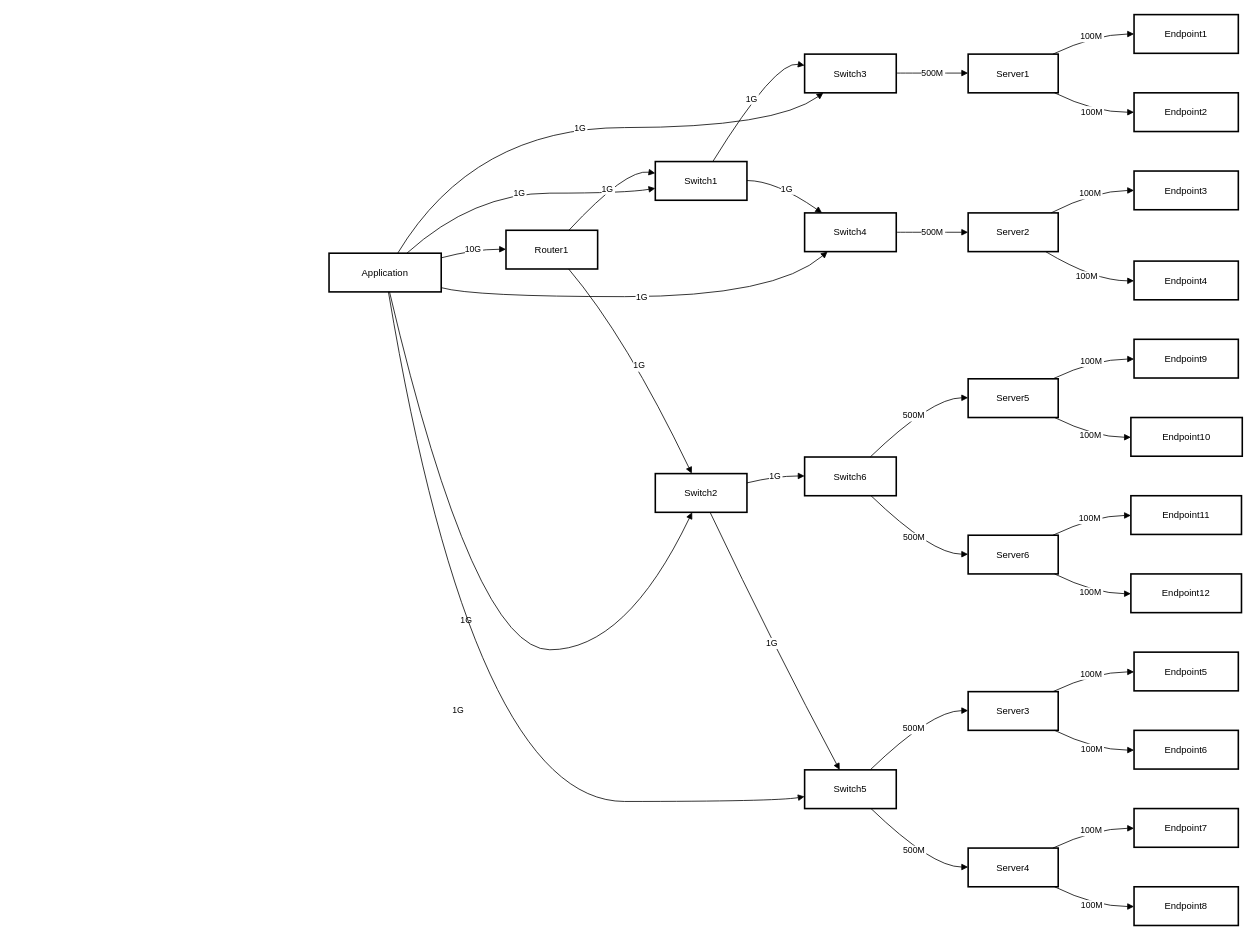
Earlier version of the draw.io diagram Unbenanntes Diagramm.drawio (EazyAutodelete/typology). Source tidied: cells renumbered, new cells numbered last; positions are measured from the earlier drawing's top-left corner, leaving out a move shared by most shapes. Both pictures are drawn from the tidied source at 79%, with x=0, y=0 at pixel (329, 14).
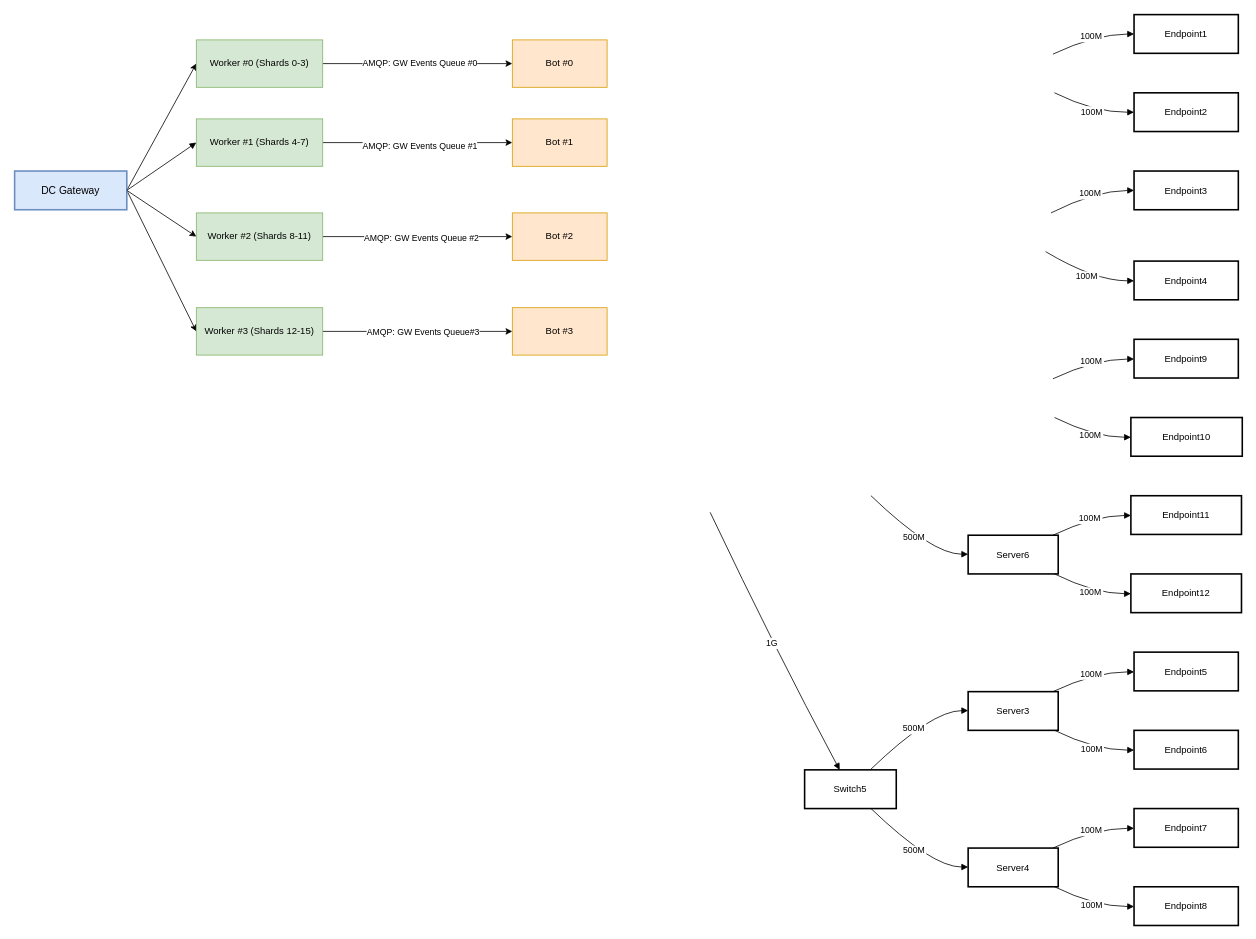
The same page after the edit.

The change refers to these unchanged cells:
```xml
<mxCell id="8" value="Switch5" style="whiteSpace=wrap;strokeWidth=2;" parent="1" vertex="1">
  <mxGeometry x="602" y="956" width="116" height="49" as="geometry" />
</mxCell>
<mxCell id="15" value="Server6" style="whiteSpace=wrap;strokeWidth=2;" parent="1" vertex="1">
  <mxGeometry x="809" y="659" width="114" height="49" as="geometry" />
</mxCell>
<mxCell id="16" value="Endpoint1" style="whiteSpace=wrap;strokeWidth=2;" parent="1" vertex="1">
  <mxGeometry x="1019" width="132" height="49" as="geometry" />
</mxCell>
<mxCell id="17" value="Endpoint2" style="whiteSpace=wrap;strokeWidth=2;" parent="1" vertex="1">
  <mxGeometry x="1019" y="99" width="132" height="49" as="geometry" />
</mxCell>
<mxCell id="18" value="Endpoint3" style="whiteSpace=wrap;strokeWidth=2;" parent="1" vertex="1">
  <mxGeometry x="1019" y="198" width="132" height="49" as="geometry" />
</mxCell>
<mxCell id="19" value="Endpoint4" style="whiteSpace=wrap;strokeWidth=2;" parent="1" vertex="1">
  <mxGeometry x="1019" y="312" width="132" height="49" as="geometry" />
</mxCell>
<mxCell id="24" value="Endpoint9" style="whiteSpace=wrap;strokeWidth=2;" parent="1" vertex="1">
  <mxGeometry x="1019" y="411" width="132" height="49" as="geometry" />
</mxCell>
<mxCell id="25" value="Endpoint10" style="whiteSpace=wrap;strokeWidth=2;" parent="1" vertex="1">
  <mxGeometry x="1015" y="510" width="141" height="49" as="geometry" />
</mxCell>
```

Diff of the diagram source:
```diff
@@
+    <mxCell id="58" style="rounded=0;jettySize=auto;html=1;strokeColor=default;entryX=0;entryY=0.5;entryDx=0;entryDy=0;exitX=1;exitY=0.5;exitDx=0;exitDy=0;" parent="1" edge="1" source="2" target="63">
+      <mxGeometry relative="1" as="geometry" />
+    </mxCell>
+    <mxCell id="59" style="rounded=0;jettySize=auto;html=1;entryX=0;entryY=0.5;entryDx=0;entryDy=0;exitX=1;exitY=0.5;exitDx=0;exitDy=0;" parent="1" edge="1" source="2" target="66">
+      <mxGeometry relative="1" as="geometry" />
+    </mxCell>
+    <mxCell id="60" style="rounded=0;jettySize=auto;html=1;entryX=0;entryY=0.5;entryDx=0;entryDy=0;exitX=1;exitY=0.5;exitDx=0;exitDy=0;" parent="1" edge="1" source="2" target="69">
+      <mxGeometry relative="1" as="geometry" />
+    </mxCell>
-    <mxCell id="2" value="Application" style="whiteSpace=wrap;strokeWidth=2;" parent="1" vertex="1">
-      <mxGeometry y="302" width="142" height="49" as="geometry" />
+    <mxCell id="2" value="DC Gateway" style="whiteSpace=wrap;strokeWidth=2;labelBackgroundColor=none;labelBorderColor=none;horizontal=1;fontSize=13;fillColor=#dae8fc;strokeColor=#6c8ebf;" parent="1" vertex="1">
+      <mxGeometry x="-398" y="198" width="142" height="49" as="geometry" />
     </mxCell>
-    <mxCell id="3" value="Router1" style="whiteSpace=wrap;strokeWidth=2;" parent="1" vertex="1">
-      <mxGeometry x="224" y="273" width="116" height="49" as="geometry" />
-    </mxCell>
-    <mxCell id="4" value="Switch1" style="whiteSpace=wrap;strokeWidth=2;" parent="1" vertex="1">
-      <mxGeometry x="413" y="186" width="116" height="49" as="geometry" />
-    </mxCell>
-    <mxCell id="5" value="Switch2" style="whiteSpace=wrap;strokeWidth=2;" parent="1" vertex="1">
-      <mxGeometry x="413" y="581" width="116" height="49" as="geometry" />
-    </mxCell>
-    <mxCell id="6" value="Switch3" style="whiteSpace=wrap;strokeWidth=2;" parent="1" vertex="1">
-      <mxGeometry x="602" y="50" width="116" height="49" as="geometry" />
-    </mxCell>
-    <mxCell id="7" value="Switch4" style="whiteSpace=wrap;strokeWidth=2;" parent="1" vertex="1">
-      <mxGeometry x="602" y="251" width="116" height="49" as="geometry" />
-    </mxCell>
@@
-    <mxCell id="9" value="Switch6" style="whiteSpace=wrap;strokeWidth=2;" parent="1" vertex="1">
-      <mxGeometry x="602" y="560" width="116" height="49" as="geometry" />
-    </mxCell>
-    <mxCell id="10" value="Server1" style="whiteSpace=wrap;strokeWidth=2;" parent="1" vertex="1">
-      <mxGeometry x="809" y="50" width="114" height="49" as="geometry" />
-    </mxCell>
-    <mxCell id="11" value="Server2" style="whiteSpace=wrap;strokeWidth=2;" parent="1" vertex="1">
-      <mxGeometry x="809" y="251" width="114" height="49" as="geometry" />
-    </mxCell>
@@
-    <mxCell id="14" value="Server5" style="whiteSpace=wrap;strokeWidth=2;" parent="1" vertex="1">
-      <mxGeometry x="809" y="461" width="114" height="49" as="geometry" />
-    </mxCell>
@@
-    <mxCell id="28" value="10G" style="curved=1;startArrow=none;endArrow=block;exitX=1;exitY=0.12;entryX=0;entryY=0.49;" parent="1" edge="1" source="2" target="3">
-      <mxGeometry relative="1" as="geometry">
-        <Array as="points">
-          <mxPoint x="183" y="297" />
-        </Array>
-      </mxGeometry>
-    </mxCell>
-    <mxCell id="29" value="1G" style="curved=1;startArrow=none;endArrow=block;exitX=0.69;exitY=0.01;entryX=0;entryY=0.69;" parent="1" edge="1" source="2" target="4">
-      <mxGeometry relative="1" as="geometry">
-        <Array as="points">
-          <mxPoint x="183" y="226" />
-          <mxPoint x="376" y="226" />
-        </Array>
-      </mxGeometry>
-    </mxCell>
-    <mxCell id="30" value="1G" style="curved=1;startArrow=none;endArrow=block;exitX=0.54;exitY=1.01;entryX=0.4;entryY=1.01;" parent="1" edge="1" source="2" target="5">
-      <mxGeometry relative="1" as="geometry">
-        <Array as="points">
-          <mxPoint x="183" y="804" />
-          <mxPoint x="376" y="804" />
-        </Array>
-      </mxGeometry>
-    </mxCell>
-    <mxCell id="31" value="1G" style="curved=1;startArrow=none;endArrow=block;exitX=0.61;exitY=0.01;entryX=0.21;entryY=0.99;" parent="1" edge="1" source="2" target="6">
-      <mxGeometry relative="1" as="geometry">
-        <Array as="points">
-          <mxPoint x="183" y="143" />
-          <mxPoint x="565" y="143" />
-        </Array>
-      </mxGeometry>
-    </mxCell>
-    <mxCell id="32" value="1G" style="curved=1;startArrow=none;endArrow=block;exitX=1;exitY=0.89;entryX=0.25;entryY=1;" parent="1" edge="1" source="2" target="7">
-      <mxGeometry relative="1" as="geometry">
-        <Array as="points">
-          <mxPoint x="183" y="357" />
-          <mxPoint x="565" y="357" />
-        </Array>
-      </mxGeometry>
-    </mxCell>
-    <mxCell id="33" value="1G" style="curved=1;startArrow=none;endArrow=block;exitX=0.53;exitY=1.01;entryX=0;entryY=0.69;" parent="1" edge="1" source="2" target="8">
-      <mxGeometry relative="1" as="geometry">
-        <Array as="points">
-          <mxPoint x="183" y="996" />
-          <mxPoint x="565" y="996" />
-        </Array>
-      </mxGeometry>
-    </mxCell>
-    <mxCell id="34" value="1G" style="curved=1;startArrow=none;endArrow=block;exitX=0.69;exitY=-0.01;entryX=0;entryY=0.3;" parent="1" edge="1" source="3" target="4">
-      <mxGeometry relative="1" as="geometry">
-        <Array as="points">
-          <mxPoint x="376" y="195" />
-        </Array>
-      </mxGeometry>
-    </mxCell>
-    <mxCell id="35" value="1G" style="curved=1;startArrow=none;endArrow=block;exitX=0.68;exitY=0.99;entryX=0.4;entryY=0.01;" parent="1" edge="1" source="3" target="5">
-      <mxGeometry relative="1" as="geometry">
-        <Array as="points">
-          <mxPoint x="376" y="408" />
-        </Array>
-      </mxGeometry>
-    </mxCell>
-    <mxCell id="36" value="1G" style="curved=1;startArrow=none;endArrow=block;exitX=0.63;exitY=-0.01;entryX=0;entryY=0.29;" parent="1" edge="1" source="4" target="6">
-      <mxGeometry relative="1" as="geometry">
-        <Array as="points">
-          <mxPoint x="565" y="58" />
-        </Array>
-      </mxGeometry>
-    </mxCell>
-    <mxCell id="37" value="1G" style="curved=1;startArrow=none;endArrow=block;exitX=1;exitY=0.49;entryX=0.19;entryY=0;" parent="1" edge="1" source="4" target="7">
-      <mxGeometry relative="1" as="geometry">
-        <Array as="points">
-          <mxPoint x="565" y="210" />
-        </Array>
-      </mxGeometry>
-    </mxCell>
-    <mxCell id="38" value="1G" style="curved=1;startArrow=none;endArrow=block;exitX=0.6;exitY=1.01;entryX=0.38;entryY=-0.01;" parent="1" edge="1" source="5" target="8">
+    <mxCell id="38" value="1G" style="curved=1;startArrow=none;endArrow=block;exitX=0.6;exitY=1.01;entryX=0.38;entryY=-0.01;" parent="1" edge="1" target="8">
       <mxGeometry relative="1" as="geometry">
+        <mxPoint x="482.4" y="630" as="sourcePoint" />
         <Array as="points">
           <mxPoint x="565" y="804" />
         </Array>
       </mxGeometry>
     </mxCell>
-    <mxCell id="39" value="1G" style="curved=1;startArrow=none;endArrow=block;exitX=1;exitY=0.24;entryX=0;entryY=0.49;" parent="1" edge="1" source="5" target="9">
-      <mxGeometry relative="1" as="geometry">
-        <Array as="points">
-          <mxPoint x="565" y="584" />
-        </Array>
-      </mxGeometry>
-    </mxCell>
-    <mxCell id="40" value="500M" style="curved=1;startArrow=none;endArrow=block;exitX=1;exitY=0.49;entryX=0;entryY=0.49;" parent="1" edge="1" source="6" target="10">
-      <mxGeometry relative="1" as="geometry" />
-    </mxCell>
-    <mxCell id="41" value="500M" style="curved=1;startArrow=none;endArrow=block;exitX=1;exitY=0.5;entryX=0;entryY=0.5;" parent="1" edge="1" source="7" target="11">
-      <mxGeometry relative="1" as="geometry" />
-    </mxCell>
@@
-    <mxCell id="44" value="500M" style="curved=1;startArrow=none;endArrow=block;exitX=0.72;exitY=-0.01;entryX=0;entryY=0.49;" parent="1" edge="1" source="9" target="14">
-      <mxGeometry relative="1" as="geometry">
-        <Array as="points">
-          <mxPoint x="763" y="485" />
-        </Array>
-      </mxGeometry>
-    </mxCell>
-    <mxCell id="45" value="500M" style="curved=1;startArrow=none;endArrow=block;exitX=0.72;exitY=0.99;entryX=0;entryY=0.49;" parent="1" edge="1" source="9" target="15">
+    <mxCell id="45" value="500M" style="curved=1;startArrow=none;endArrow=block;exitX=0.72;exitY=0.99;entryX=0;entryY=0.49;" parent="1" edge="1" target="15">
       <mxGeometry relative="1" as="geometry">
+        <mxPoint x="686" y="609" as="sourcePoint" />
         <Array as="points">
           <mxPoint x="763" y="683" />
         </Array>
       </mxGeometry>
     </mxCell>
-    <mxCell id="46" value="100M" style="curved=1;startArrow=none;endArrow=block;exitX=0.95;exitY=-0.01;entryX=0;entryY=0.5;" parent="1" edge="1" source="10" target="16">
+    <mxCell id="46" value="100M" style="curved=1;startArrow=none;endArrow=block;exitX=0.95;exitY=-0.01;entryX=0;entryY=0.5;" parent="1" edge="1" target="16">
       <mxGeometry relative="1" as="geometry">
+        <mxPoint x="916.3" y="50" as="sourcePoint" />
         <Array as="points">
           <mxPoint x="969" y="25" />
         </Array>
       </mxGeometry>
     </mxCell>
-    <mxCell id="47" value="100M" style="curved=1;startArrow=none;endArrow=block;exitX=0.95;exitY=0.99;entryX=0;entryY=0.5;" parent="1" edge="1" source="10" target="17">
+    <mxCell id="47" value="100M" style="curved=1;startArrow=none;endArrow=block;exitX=0.95;exitY=0.99;entryX=0;entryY=0.5;" parent="1" edge="1" target="17">
       <mxGeometry relative="1" as="geometry">
+        <mxPoint x="918.3" y="99" as="sourcePoint" />
         <Array as="points">
           <mxPoint x="969" y="124" />
         </Array>
       </mxGeometry>
     </mxCell>
-    <mxCell id="48" value="100M" style="curved=1;startArrow=none;endArrow=block;exitX=0.92;exitY=0;entryX=0;entryY=0.5;" parent="1" edge="1" source="11" target="18">
+    <mxCell id="48" value="100M" style="curved=1;startArrow=none;endArrow=block;exitX=0.92;exitY=0;entryX=0;entryY=0.5;" parent="1" edge="1" target="18">
       <mxGeometry relative="1" as="geometry">
+        <mxPoint x="913.9" y="251" as="sourcePoint" />
         <Array as="points">
           <mxPoint x="969" y="223" />
         </Array>
       </mxGeometry>
     </mxCell>
-    <mxCell id="49" value="100M" style="curved=1;startArrow=none;endArrow=block;exitX=0.86;exitY=1;entryX=0;entryY=0.51;" parent="1" edge="1" source="11" target="19">
+    <mxCell id="49" value="100M" style="curved=1;startArrow=none;endArrow=block;exitX=0.86;exitY=1;entryX=0;entryY=0.51;" parent="1" edge="1" target="19">
       <mxGeometry relative="1" as="geometry">
+        <mxPoint x="907" y="300" as="sourcePoint" />
         <Array as="points">
           <mxPoint x="969" y="337" />
         </Array>
       </mxGeometry>
     </mxCell>
@@
-    <mxCell id="54" value="100M" style="curved=1;startArrow=none;endArrow=block;exitX=0.95;exitY=-0.01;entryX=0;entryY=0.51;" parent="1" edge="1" source="14" target="24">
+    <mxCell id="54" value="100M" style="curved=1;startArrow=none;endArrow=block;exitX=0.95;exitY=-0.01;entryX=0;entryY=0.51;" parent="1" edge="1" target="24">
       <mxGeometry relative="1" as="geometry">
+        <mxPoint x="916.3" y="461" as="sourcePoint" />
         <Array as="points">
           <mxPoint x="969" y="436" />
         </Array>
       </mxGeometry>
     </mxCell>
-    <mxCell id="55" value="100M" style="curved=1;startArrow=none;endArrow=block;exitX=0.95;exitY=0.99;entryX=0;entryY=0.51;" parent="1" edge="1" source="14" target="25">
+    <mxCell id="55" value="100M" style="curved=1;startArrow=none;endArrow=block;exitX=0.95;exitY=0.99;entryX=0;entryY=0.51;" parent="1" edge="1" target="25">
       <mxGeometry relative="1" as="geometry">
+        <mxPoint x="918.3" y="510" as="sourcePoint" />
         <Array as="points">
           <mxPoint x="969" y="535" />
         </Array>
       </mxGeometry>
     </mxCell>
@@
+    <mxCell id="61" style="edgeStyle=orthogonalEdgeStyle;rounded=0;jettySize=auto;html=1;entryX=0;entryY=0.5;entryDx=0;entryDy=0;" parent="1" edge="1" source="63" target="74">
+      <mxGeometry relative="1" as="geometry" />
+    </mxCell>
+    <mxCell id="62" value="AMQP: GW Events Queue #0" style="edgeLabel;html=1;align=center;verticalAlign=middle;" parent="61" vertex="1">
+      <mxGeometry x="0.02" y="2" relative="1" as="geometry" />
+    </mxCell>
+    <mxCell id="63" value="Worker #0 (Shards 0-3)" style="rounded=0;whiteSpace=wrap;html=1;fillColor=#d5e8d4;strokeColor=#82b366;" parent="1" vertex="1">
+      <mxGeometry x="-168" y="32" width="160" height="60" as="geometry" />
+    </mxCell>
+    <mxCell id="64" style="edgeStyle=orthogonalEdgeStyle;rounded=0;jettySize=auto;html=1;entryX=0;entryY=0.5;entryDx=0;entryDy=0;" parent="1" edge="1" source="66" target="76">
+      <mxGeometry relative="1" as="geometry" />
+    </mxCell>
+    <mxCell id="65" value="AMQP: GW Events Queue #2" style="edgeLabel;html=1;align=center;verticalAlign=middle;" parent="64" vertex="1">
+      <mxGeometry x="0.03" y="-1" relative="1" as="geometry" />
+    </mxCell>
+    <mxCell id="66" value="Worker #2 (Shards 8-11)" style="rounded=0;whiteSpace=wrap;html=1;fillColor=#d5e8d4;strokeColor=#82b366;" parent="1" vertex="1">
+      <mxGeometry x="-168" y="251" width="160" height="60" as="geometry" />
+    </mxCell>
+    <mxCell id="67" style="edgeStyle=orthogonalEdgeStyle;rounded=0;jettySize=auto;html=1;" parent="1" edge="1" source="69" target="77">
+      <mxGeometry relative="1" as="geometry" />
+    </mxCell>
+    <mxCell id="68" value="AMQP: GW Events Queue#3" style="edgeLabel;html=1;align=center;verticalAlign=middle;" parent="67" vertex="1">
+      <mxGeometry x="0.16" y="1" relative="1" as="geometry">
+        <mxPoint x="-13" y="1" as="offset" />
+      </mxGeometry>
+    </mxCell>
+    <mxCell id="69" value="Worker #3&lt;span style=&quot;background-color: initial;&quot;&gt;&amp;nbsp;(Shards 12-15)&lt;/span&gt;" style="rounded=0;whiteSpace=wrap;html=1;fillColor=#d5e8d4;strokeColor=#82b366;" parent="1" vertex="1">
+      <mxGeometry x="-168" y="371" width="160" height="60" as="geometry" />
+    </mxCell>
+    <mxCell id="70" style="curved=1;startArrow=none;endArrow=block;exitX=1;exitY=0.5;entryX=0;entryY=0.5;entryDx=0;entryDy=0;exitDx=0;exitDy=0;" parent="1" edge="1" source="2" target="73">
+      <mxGeometry relative="1" as="geometry" />
+    </mxCell>
+    <mxCell id="71" style="edgeStyle=orthogonalEdgeStyle;rounded=0;jettySize=auto;html=1;" parent="1" edge="1" source="73" target="75">
+      <mxGeometry relative="1" as="geometry" />
+    </mxCell>
+    <mxCell id="72" value="AMQP: GW Events Queue #1" style="edgeLabel;html=1;align=center;verticalAlign=middle;" parent="71" vertex="1">
+      <mxGeometry x="0.02" y="-3" relative="1" as="geometry" />
+    </mxCell>
+    <mxCell id="73" value="Worker #1 (Shards 4-7)" style="rounded=0;whiteSpace=wrap;html=1;fillColor=#d5e8d4;strokeColor=#82b366;" parent="1" vertex="1">
+      <mxGeometry x="-168" y="132" width="160" height="60" as="geometry" />
+    </mxCell>
+    <mxCell id="74" value="Bot #0" style="rounded=0;whiteSpace=wrap;html=1;fillColor=#ffe6cc;strokeColor=#d79b00;" parent="1" vertex="1">
+      <mxGeometry x="232" y="32" width="120" height="60" as="geometry" />
+    </mxCell>
+    <mxCell id="75" value="Bot #1" style="rounded=0;whiteSpace=wrap;html=1;fillColor=#ffe6cc;strokeColor=#d79b00;" parent="1" vertex="1">
+      <mxGeometry x="232" y="132" width="120" height="60" as="geometry" />
+    </mxCell>
+    <mxCell id="76" value="Bot #2" style="rounded=0;whiteSpace=wrap;html=1;fillColor=#ffe6cc;strokeColor=#d79b00;" parent="1" vertex="1">
+      <mxGeometry x="232" y="251" width="120" height="60" as="geometry" />
+    </mxCell>
+    <mxCell id="77" value="Bot #3" style="rounded=0;whiteSpace=wrap;html=1;fillColor=#ffe6cc;strokeColor=#d79b00;" parent="1" vertex="1">
+      <mxGeometry x="232" y="371" width="120" height="60" as="geometry" />
+    </mxCell>
```
